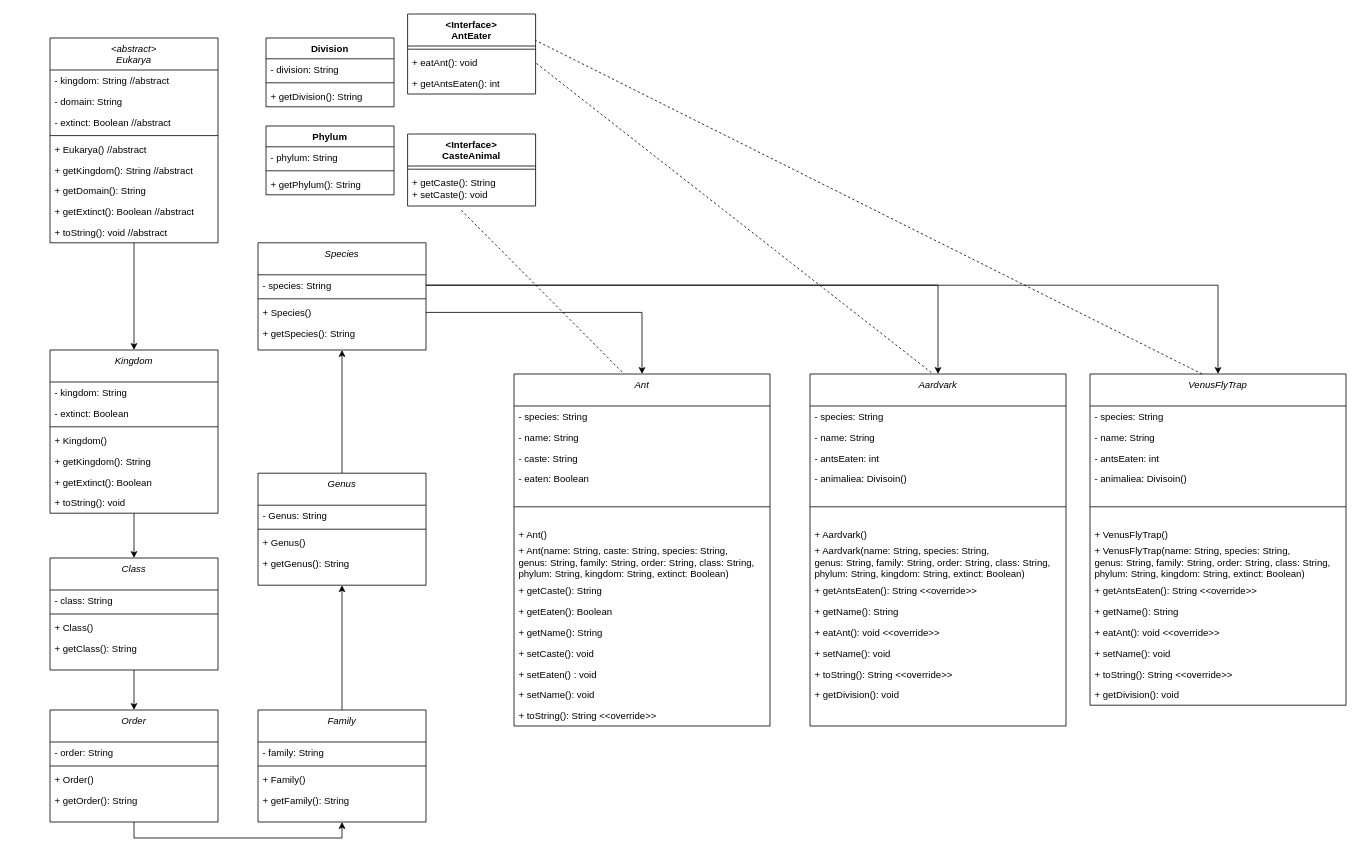
The draw.io diagram projects/Classification/ClassificationUML.drawio in CamJam91/Java2, before the edit. Source tidied: cells renumbered, new cells numbered last; positions are measured from the earlier drawing's top-left corner, leaving out a move shared by most shapes. Both pictures are drawn from the tidied source at 80%, with x=0, y=0 at pixel (50, 14).
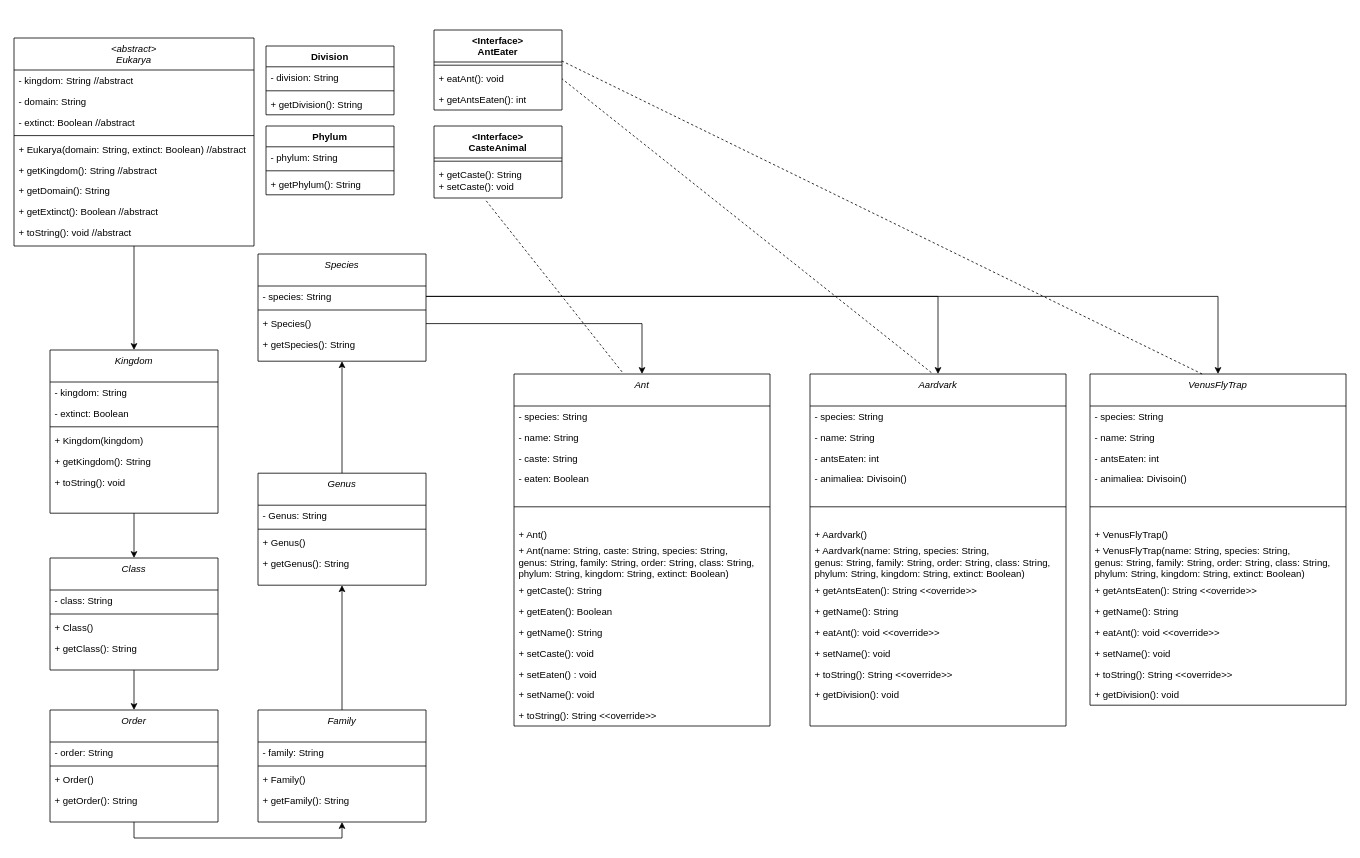
Above is the later version.

Unchanged cells that the change refers to:
```xml
<mxCell id="22" value="Kingdom" style="swimlane;fontStyle=2;align=center;verticalAlign=top;horizontal=1;startSize=40;rounded=0;shadow=0;strokeWidth=1;" parent="1" vertex="1">
  <mxGeometry y="420" width="210" height="204" as="geometry" />
</mxCell>
<mxCell id="99" value="VenusFlyTrap" style="swimlane;fontStyle=2;align=center;verticalAlign=top;horizontal=1;startSize=40;rounded=0;shadow=0;strokeWidth=1;" parent="1" vertex="1">
  <mxGeometry x="1300" y="450" width="320" height="414" as="geometry" />
</mxCell>
```

Diff of the diagram source:
```diff
@@
     <mxCell id="3" value="&lt;abstract&gt;&#10;Eukarya" style="swimlane;fontStyle=2;align=center;verticalAlign=top;horizontal=1;startSize=40;rounded=0;shadow=0;strokeWidth=1;" parent="1" vertex="1">
-      <mxGeometry y="30" width="210" height="256" as="geometry" />
+      <mxGeometry x="-45" y="30" width="300" height="260" as="geometry" />
     </mxCell>
     <mxCell id="4" value="- kingdom: String //abstract" style="text;align=left;verticalAlign=top;spacingLeft=4;spacingRight=4;overflow=hidden;" parent="3" vertex="1">
-      <mxGeometry y="40" width="210" height="26" as="geometry" />
+      <mxGeometry y="40" width="300" height="26" as="geometry" />
     </mxCell>
     <mxCell id="5" value="- domain: String " style="text;align=left;verticalAlign=top;spacingLeft=4;spacingRight=4;overflow=hidden;rounded=0;shadow=0;html=0;" parent="3" vertex="1">
-      <mxGeometry y="66" width="210" height="26" as="geometry" />
+      <mxGeometry y="66" width="300" height="26" as="geometry" />
     </mxCell>
     <mxCell id="6" value="- extinct: Boolean //abstract" style="text;align=left;verticalAlign=top;spacingLeft=4;spacingRight=4;overflow=hidden;rounded=0;shadow=0;html=0;" parent="3" vertex="1">
-      <mxGeometry y="92" width="210" height="26" as="geometry" />
+      <mxGeometry y="92" width="300" height="26" as="geometry" />
     </mxCell>
     <mxCell id="7" style="line;html=1;strokeWidth=1;align=left;verticalAlign=middle;spacingTop=-1;spacingLeft=3;spacingRight=3;labelPosition=right;" parent="3" vertex="1">
-      <mxGeometry y="118" width="210" height="8" as="geometry" />
+      <mxGeometry y="118" width="300" height="8" as="geometry" />
     </mxCell>
-    <mxCell id="8" value="+ Eukarya() //abstract" style="text;align=left;verticalAlign=top;spacingLeft=4;spacingRight=4;overflow=hidden;" parent="3" vertex="1">
-      <mxGeometry y="126" width="210" height="26" as="geometry" />
+    <mxCell id="8" value="+ Eukarya(domain: String, extinct: Boolean) //abstract" style="text;align=left;verticalAlign=top;spacingLeft=4;spacingRight=4;overflow=hidden;" parent="3" vertex="1">
+      <mxGeometry y="126" width="300" height="26" as="geometry" />
     </mxCell>
     <mxCell id="9" value="+ getKingdom(): String //abstract" style="text;align=left;verticalAlign=top;spacingLeft=4;spacingRight=4;overflow=hidden;" parent="3" vertex="1">
-      <mxGeometry y="152" width="210" height="26" as="geometry" />
+      <mxGeometry y="152" width="300" height="26" as="geometry" />
     </mxCell>
     <mxCell id="10" value="+ getDomain(): String" style="text;align=left;verticalAlign=top;spacingLeft=4;spacingRight=4;overflow=hidden;" parent="3" vertex="1">
-      <mxGeometry y="178" width="210" height="26" as="geometry" />
+      <mxGeometry y="178" width="300" height="26" as="geometry" />
     </mxCell>
     <mxCell id="11" value="+ getExtinct(): Boolean //abstract" style="text;align=left;verticalAlign=top;spacingLeft=4;spacingRight=4;overflow=hidden;" parent="3" vertex="1">
-      <mxGeometry y="204" width="210" height="26" as="geometry" />
+      <mxGeometry y="204" width="300" height="26" as="geometry" />
     </mxCell>
     <mxCell id="12" value="+ toString(): void //abstract" style="text;align=left;verticalAlign=top;spacingLeft=4;spacingRight=4;overflow=hidden;" parent="3" vertex="1">
-      <mxGeometry y="230" width="210" height="26" as="geometry" />
+      <mxGeometry y="230" width="300" height="26" as="geometry" />
     </mxCell>
     <mxCell id="13" value="Division" style="swimlane;fontStyle=1;align=center;verticalAlign=top;horizontal=1;startSize=26;whiteSpace=wrap;html=1;" parent="1" vertex="1">
-      <mxGeometry x="270" y="30" width="160" height="86" as="geometry" />
+      <mxGeometry x="270" y="40" width="160" height="86" as="geometry" />
     </mxCell>
@@
-    <mxCell id="26" value="+ Kingdom()" style="text;align=left;verticalAlign=top;spacingLeft=4;spacingRight=4;overflow=hidden;" parent="22" vertex="1">
+    <mxCell id="26" value="+ Kingdom(kingdom)" style="text;align=left;verticalAlign=top;spacingLeft=4;spacingRight=4;overflow=hidden;" parent="22" vertex="1">
       <mxGeometry y="100" width="210" height="26" as="geometry" />
     </mxCell>
@@
-    <mxCell id="28" value="+ getExtinct(): Boolean" style="text;align=left;verticalAlign=top;spacingLeft=4;spacingRight=4;overflow=hidden;" parent="22" vertex="1">
-      <mxGeometry y="152" width="210" height="26" as="geometry" />
-    </mxCell>
     <mxCell id="29" value="+ toString(): void " style="text;align=left;verticalAlign=top;spacingLeft=4;spacingRight=4;overflow=hidden;" parent="22" vertex="1">
-      <mxGeometry y="178" width="210" height="26" as="geometry" />
+      <mxGeometry y="152" width="210" height="26" as="geometry" />
     </mxCell>
@@
     <mxCell id="53" value="Species" style="swimlane;fontStyle=2;align=center;verticalAlign=top;horizontal=1;startSize=40;rounded=0;shadow=0;strokeWidth=1;" parent="1" vertex="1">
-      <mxGeometry x="260" y="286" width="210" height="134" as="geometry" />
+      <mxGeometry x="260" y="300" width="210" height="134" as="geometry" />
     </mxCell>
@@
     <mxCell id="74" value="&amp;lt;Interface&amp;gt;&lt;div&gt;AntEater&lt;/div&gt;" style="swimlane;fontStyle=1;align=center;verticalAlign=top;horizontal=1;startSize=40;whiteSpace=wrap;html=1;" parent="1" vertex="1">
-      <mxGeometry x="447" width="160" height="100" as="geometry" />
+      <mxGeometry x="480" y="20" width="160" height="100" as="geometry" />
     </mxCell>
@@
     <mxCell id="78" value="&amp;lt;Interface&amp;gt;&lt;div&gt;CasteAnimal&lt;/div&gt;" style="swimlane;fontStyle=1;align=center;verticalAlign=top;horizontal=1;startSize=40;whiteSpace=wrap;html=1;" parent="1" vertex="1">
-      <mxGeometry x="447" y="150" width="160" height="90" as="geometry" />
+      <mxGeometry x="480" y="140" width="160" height="90" as="geometry" />
     </mxCell>
@@
-    <mxCell id="114" style="endArrow=none;dashed=1;html=1;rounded=0;entryX=1;entryY=0.5;entryDx=0;entryDy=0;exitX=0.438;exitY=0;exitDx=0;exitDy=0;exitPerimeter=0;" parent="1" edge="1" source="99">
-      <mxGeometry relative="1" as="geometry">
-        <mxPoint x="607" y="33" as="targetPoint" />
-      </mxGeometry>
+    <mxCell id="114" style="endArrow=none;dashed=1;html=1;rounded=0;exitX=0.438;exitY=0;exitDx=0;exitDy=0;exitPerimeter=0;entryX=0.983;entryY=0.375;entryDx=0;entryDy=0;entryPerimeter=0;" parent="1" edge="1" source="99" target="74">
+      <mxGeometry relative="1" as="geometry" />
     </mxCell>
```
